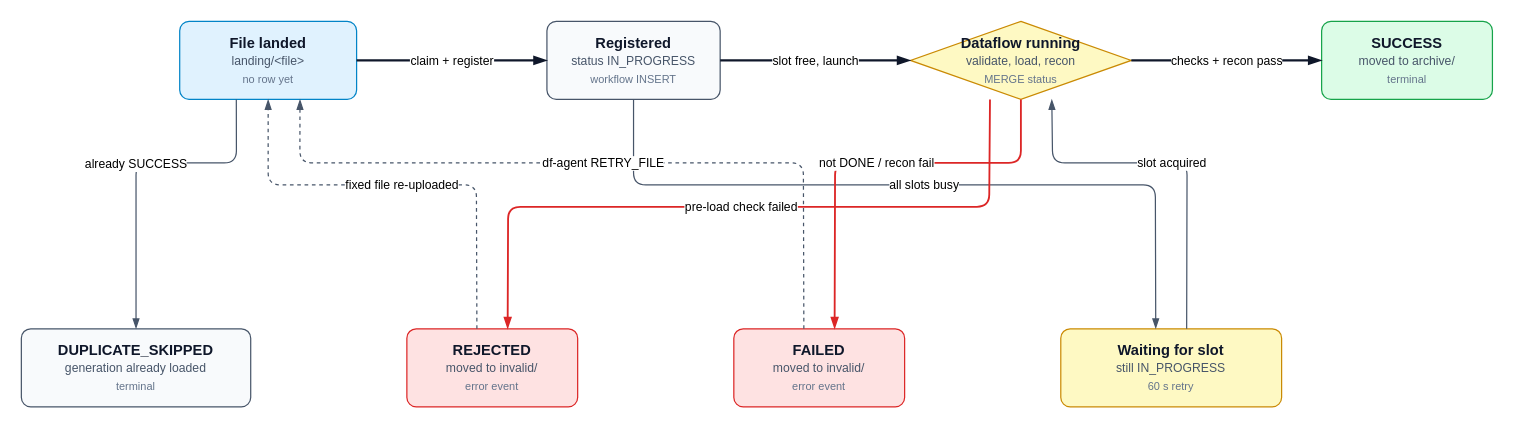
This is docs/autodocs/confluence/attachments/job-status.drawio from shivatarunkumar/dataflow-agent, a draw.io file, before an edit. Source tidied: cells renumbered, new cells numbered last; positions are measured from the earlier drawing's top-left corner, leaving out a move shared by most shapes. Both pictures are drawn from the tidied source at 122%, with x=0, y=0 at pixel (21, 21).
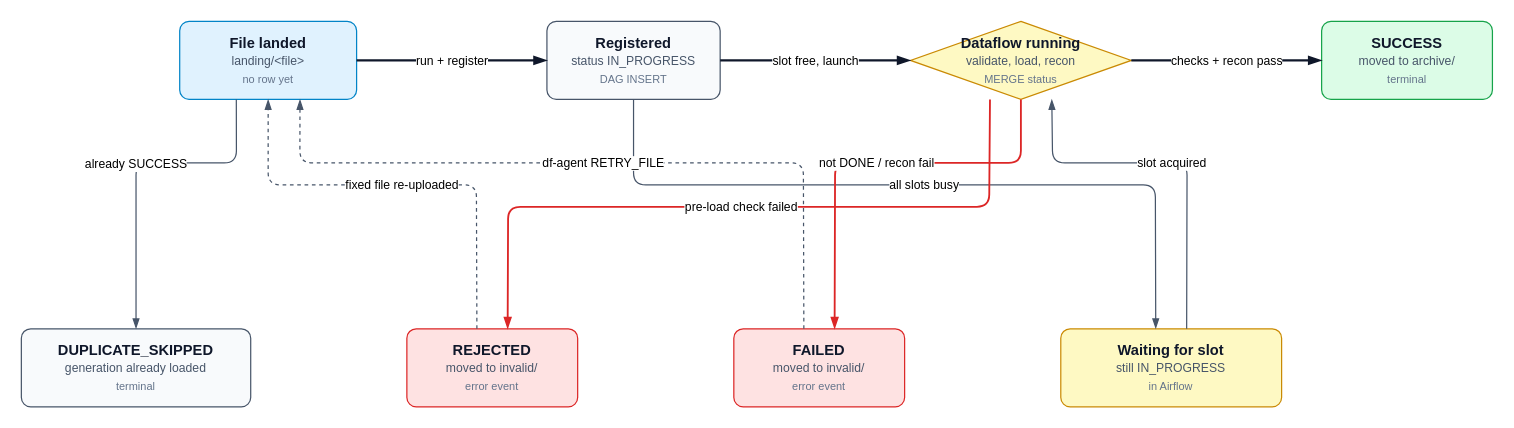
The same page after the edit.

The change refers to these unchanged cells:
```xml
<mxCell id="2" value="&lt;b&gt;File landed&lt;/b&gt;&lt;br&gt;&lt;font style=&quot;font-size:10px;color:#475569&quot;&gt;landing/&amp;lt;file&amp;gt;&lt;/font&gt;&lt;br&gt;&lt;font style=&quot;font-size:9px;color:#64748B&quot;&gt;no row yet&lt;/font&gt;" style="rounded=1;arcSize=12;whiteSpace=wrap;html=1;fillColor=#E0F2FE;strokeColor=#0284C7;fontColor=#0F172A;fontSize=12;verticalAlign=middle;align=center;" parent="1" vertex="1">
  <mxGeometry x="129.8" width="145" height="64" as="geometry" />
</mxCell>
```

What changed in the source:
```diff
@@
-    <mxCell id="3" value="&lt;b&gt;Registered&lt;/b&gt;&lt;br&gt;&lt;font style=&quot;font-size:10px;color:#475569&quot;&gt;status IN_PROGRESS&lt;/font&gt;&lt;br&gt;&lt;font style=&quot;font-size:9px;color:#64748B&quot;&gt;workflow INSERT&lt;/font&gt;" style="rounded=1;arcSize=12;whiteSpace=wrap;html=1;fillColor=#F8FAFC;strokeColor=#475569;fontColor=#0F172A;fontSize=12;verticalAlign=middle;align=center;" parent="1" vertex="1">
+    <mxCell id="3" value="&lt;b&gt;Registered&lt;/b&gt;&lt;br&gt;&lt;font style=&quot;font-size:10px;color:#475569&quot;&gt;status IN_PROGRESS&lt;/font&gt;&lt;br&gt;&lt;font style=&quot;font-size:9px;color:#64748B&quot;&gt;DAG INSERT&lt;/font&gt;" style="rounded=1;arcSize=12;whiteSpace=wrap;html=1;fillColor=#F8FAFC;strokeColor=#475569;fontColor=#0F172A;fontSize=12;verticalAlign=middle;align=center;" parent="1" vertex="1">
       <mxGeometry x="430.8" width="142" height="64" as="geometry" />
     </mxCell>
-    <mxCell id="4" value="&lt;b&gt;Waiting for slot&lt;/b&gt;&lt;br&gt;&lt;font style=&quot;font-size:10px;color:#475569&quot;&gt;still IN_PROGRESS&lt;/font&gt;&lt;br&gt;&lt;font style=&quot;font-size:9px;color:#64748B&quot;&gt;60 s retry&lt;/font&gt;" style="rounded=1;arcSize=12;whiteSpace=wrap;html=1;fillColor=#FEF9C3;strokeColor=#CA8A04;fontColor=#0F172A;fontSize=12;verticalAlign=middle;align=center;" parent="1" vertex="1">
+    <mxCell id="4" value="&lt;b&gt;Waiting for slot&lt;/b&gt;&lt;br&gt;&lt;font style=&quot;font-size:10px;color:#475569&quot;&gt;still IN_PROGRESS&lt;/font&gt;&lt;br&gt;&lt;font style=&quot;font-size:9px;color:#64748B&quot;&gt;in Airflow&lt;/font&gt;" style="rounded=1;arcSize=12;whiteSpace=wrap;html=1;fillColor=#FEF9C3;strokeColor=#CA8A04;fontColor=#0F172A;fontSize=12;verticalAlign=middle;align=center;" parent="1" vertex="1">
       <mxGeometry x="852" y="252" width="181" height="64" as="geometry" />
     </mxCell>
@@
-    <mxCell id="10" value="claim + register" style="edgeStyle=none;rounded=1;html=1;endArrow=blockThin;endFill=1;fontSize=10;labelBackgroundColor=#FFFFFF;strokeColor=#0F172A;strokeWidth=2;exitX=1;exitY=0.5;exitDx=0;exitDy=0;exitPerimeter=0;entryX=0;entryY=0.5;entryDx=0;entryDy=0;entryPerimeter=0;" parent="1" edge="1" source="2" target="3">
+    <mxCell id="10" value="run + register" style="edgeStyle=none;rounded=1;html=1;endArrow=blockThin;endFill=1;fontSize=10;labelBackgroundColor=#FFFFFF;strokeColor=#0F172A;strokeWidth=2;exitX=1;exitY=0.5;exitDx=0;exitDy=0;exitPerimeter=0;entryX=0;entryY=0.5;entryDx=0;entryDy=0;entryPerimeter=0;" parent="1" edge="1" source="2" target="3">
       <mxGeometry relative="1" as="geometry" />
     </mxCell>
```
